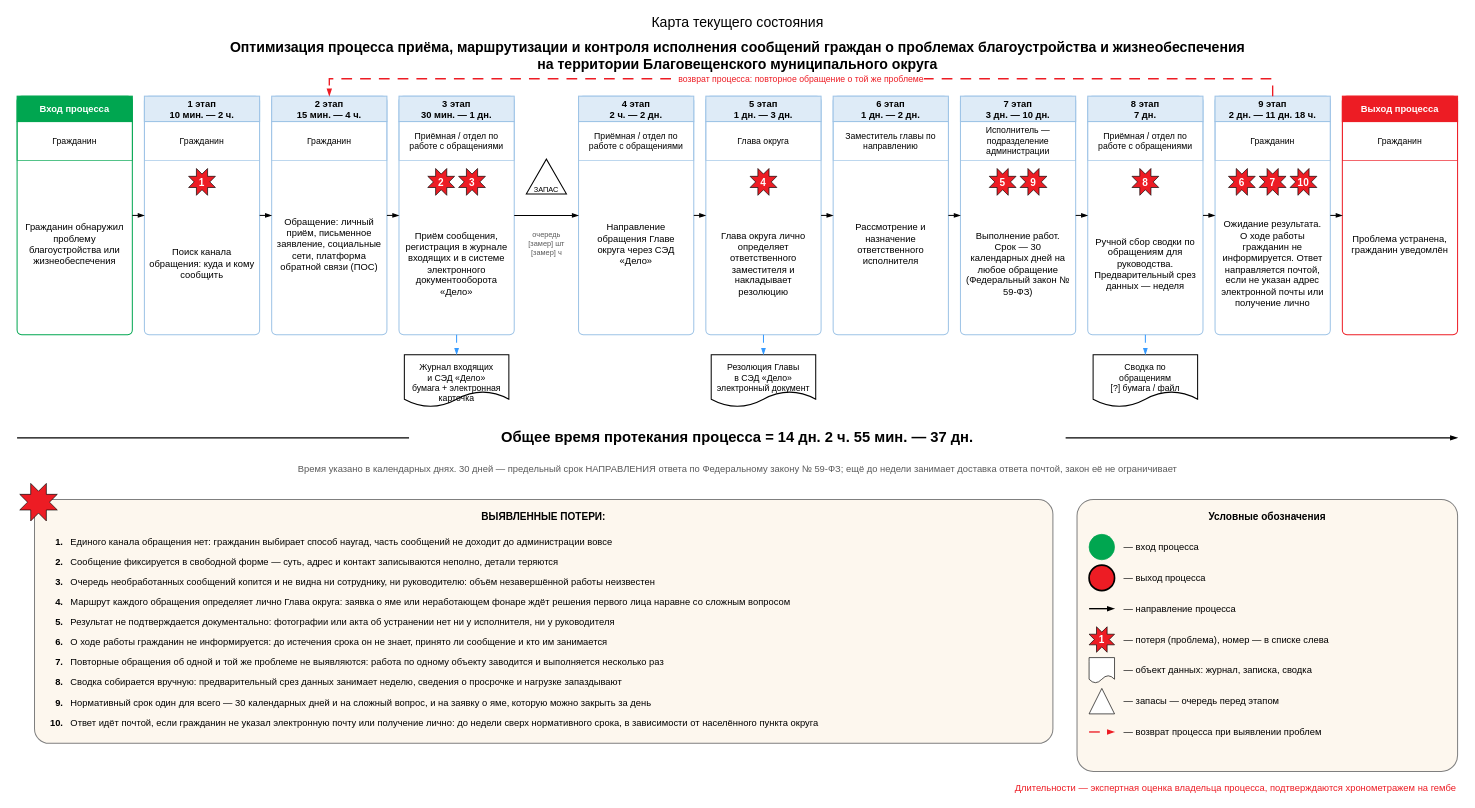
This is page "Текущее состояние" (1 of 2) of файлы/karta-tekushchego.drawio from NiceGenn/Team-28-progress, a draw.io file, before an edit. Source tidied: cells renumbered, new cells numbered last; positions are measured from the earlier drawing's top-left corner, leaving out a move shared by most shapes. Both pictures are drawn from the tidied source at 67%, with x=0, y=0 at pixel (17, 11).
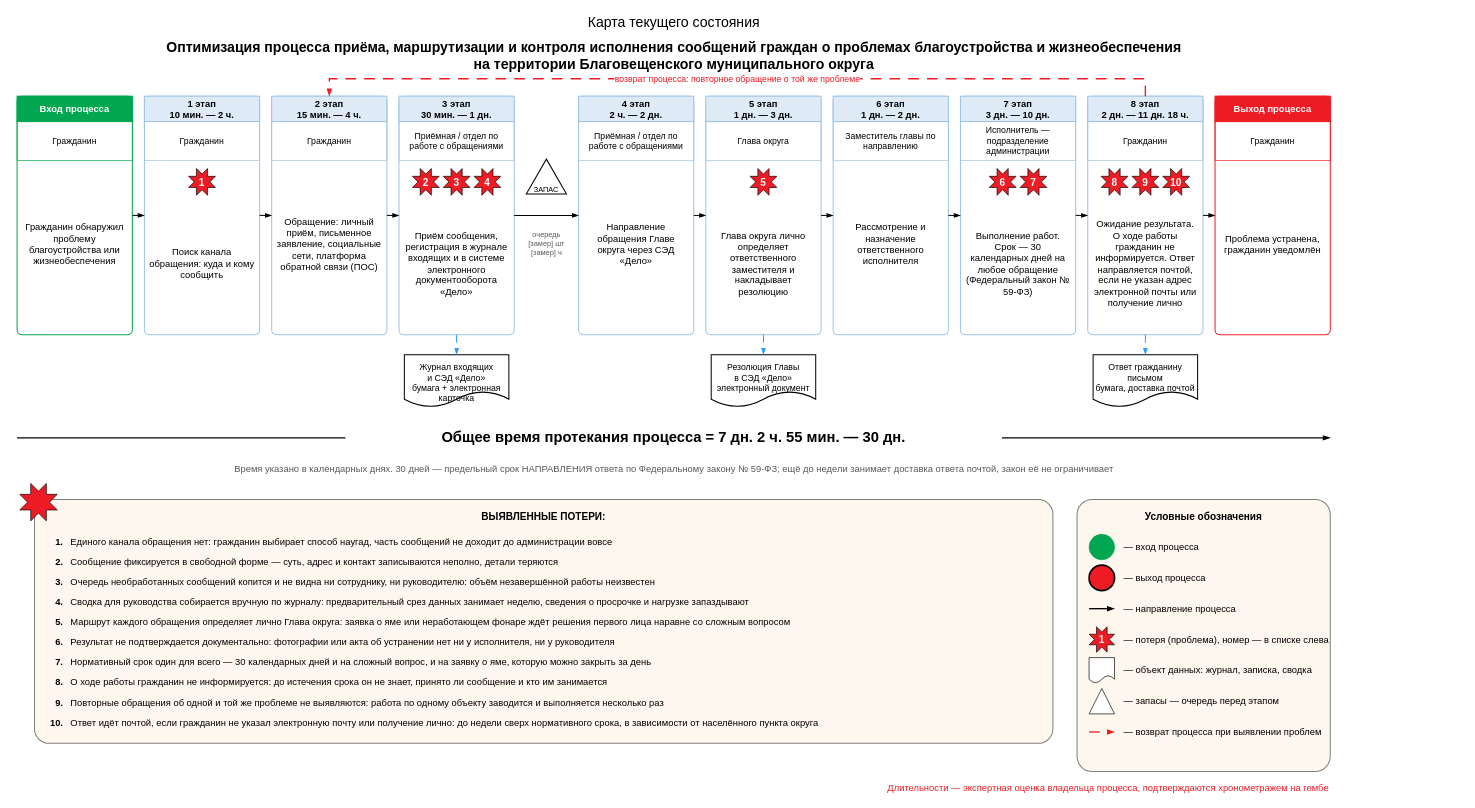
After the change.

Commit message (it also covers changes not shown here):
Штаб 1.14: карта без сбора сводки, ВПП 7-30 дней

The change refers to these unchanged cells:
```xml
<mxCell id="12" value="2 этап&lt;br&gt;15 мин. — 4 ч." style="rounded=0;whiteSpace=wrap;html=1;fillColor=#DEEBF7;strokeColor=#9DC3E6;strokeWidth=1.5;fontSize=14;fontStyle=1;fontColor=#000000;verticalAlign=middle;spacing=2;" parent="1" vertex="1">
  <mxGeometry x="380" y="126" width="172" height="38" as="geometry" />
</mxCell>
<mxCell id="80" value="ВЫЯВЛЕННЫЕ ПОТЕРИ:" style="rounded=1;arcSize=6;whiteSpace=wrap;html=1;fillColor=#FDF7EE;strokeColor=#7F7F7F;strokeWidth=1.5;verticalAlign=top;align=center;fontSize=15;fontStyle=1;spacing=12;" parent="1" vertex="1">
  <mxGeometry x="26" y="728" width="1520" height="364" as="geometry" />
</mxCell>
```

Diff of the diagram source:
```diff
@@
     <mxCell id="18" value="2" style="shape=mxgraph.basic.8_point_star;whiteSpace=wrap;html=1;fillColor=#ED1C24;strokeColor=#000000;fontColor=#FFFFFF;fontStyle=1;fontSize=15;" parent="1" vertex="1">
-      <mxGeometry x="613" y="234" width="40" height="40" as="geometry" />
+      <mxGeometry x="590" y="234" width="40" height="40" as="geometry" />
     </mxCell>
     <mxCell id="19" value="3" style="shape=mxgraph.basic.8_point_star;whiteSpace=wrap;html=1;fillColor=#ED1C24;strokeColor=#000000;fontColor=#FFFFFF;fontStyle=1;fontSize=15;" parent="1" vertex="1">
-      <mxGeometry x="659" y="234" width="40" height="40" as="geometry" />
+      <mxGeometry x="636" y="234" width="40" height="40" as="geometry" />
     </mxCell>
+    <mxCell id="118" value="4" style="shape=mxgraph.basic.8_point_star;whiteSpace=wrap;html=1;fillColor=#ED1C24;strokeColor=#000000;fontColor=#FFFFFF;fontStyle=1;fontSize=15;" parent="1" vertex="1">
+      <mxGeometry x="682" y="234" width="40" height="40" as="geometry" />
+    </mxCell>
@@
-    <mxCell id="28" value="4" style="shape=mxgraph.basic.8_point_star;whiteSpace=wrap;html=1;fillColor=#ED1C24;strokeColor=#000000;fontColor=#FFFFFF;fontStyle=1;fontSize=15;" parent="1" vertex="1">
+    <mxCell id="28" value="5" style="shape=mxgraph.basic.8_point_star;whiteSpace=wrap;html=1;fillColor=#ED1C24;strokeColor=#000000;fontColor=#FFFFFF;fontStyle=1;fontSize=15;" parent="1" vertex="1">
       <mxGeometry x="1094" y="234" width="40" height="40" as="geometry" />
     </mxCell>
@@
-    <mxCell id="37" value="5" style="shape=mxgraph.basic.8_point_star;whiteSpace=wrap;html=1;fillColor=#ED1C24;strokeColor=#000000;fontColor=#FFFFFF;fontStyle=1;fontSize=15;" parent="1" vertex="1">
+    <mxCell id="37" value="6" style="shape=mxgraph.basic.8_point_star;whiteSpace=wrap;html=1;fillColor=#ED1C24;strokeColor=#000000;fontColor=#FFFFFF;fontStyle=1;fontSize=15;" parent="1" vertex="1">
       <mxGeometry x="1451" y="234" width="40" height="40" as="geometry" />
     </mxCell>
-    <mxCell id="38" value="9" style="shape=mxgraph.basic.8_point_star;whiteSpace=wrap;html=1;fillColor=#ED1C24;strokeColor=#000000;fontColor=#FFFFFF;fontStyle=1;fontSize=15;" parent="1" vertex="1">
+    <mxCell id="38" value="7" style="shape=mxgraph.basic.8_point_star;whiteSpace=wrap;html=1;fillColor=#ED1C24;strokeColor=#000000;fontColor=#FFFFFF;fontStyle=1;fontSize=15;" parent="1" vertex="1">
       <mxGeometry x="1497" y="234" width="40" height="40" as="geometry" />
     </mxCell>
@@
-    <mxCell id="41" value="8 этап&lt;br&gt;7 дн." style="rounded=0;whiteSpace=wrap;html=1;fillColor=#DEEBF7;strokeColor=#9DC3E6;strokeWidth=1.5;fontSize=14;fontStyle=1;fontColor=#000000;verticalAlign=middle;spacing=2;" parent="1" vertex="1">
+    <mxCell id="41" value="8 этап&lt;br&gt;2 дн. — 11 дн. 18 ч." style="rounded=0;whiteSpace=wrap;html=1;fillColor=#DEEBF7;strokeColor=#9DC3E6;strokeWidth=1.5;fontSize=14;fontStyle=1;fontColor=#000000;verticalAlign=middle;spacing=2;" parent="1" vertex="1">
       <mxGeometry x="1598" y="126" width="172" height="38" as="geometry" />
     </mxCell>
-    <mxCell id="42" value="Приёмная / отдел по работе с обращениями" style="rounded=0;whiteSpace=wrap;html=1;fillColor=none;strokeColor=#9DC3E6;strokeWidth=1;fontSize=13;verticalAlign=middle;spacing=3;" parent="1" vertex="1">
+    <mxCell id="42" value="Гражданин" style="rounded=0;whiteSpace=wrap;html=1;fillColor=none;strokeColor=#9DC3E6;strokeWidth=1;fontSize=13;verticalAlign=middle;spacing=3;" parent="1" vertex="1">
       <mxGeometry x="1598" y="164" width="172" height="58" as="geometry" />
     </mxCell>
     <mxCell id="43" value="8" style="shape=mxgraph.basic.8_point_star;whiteSpace=wrap;html=1;fillColor=#ED1C24;strokeColor=#000000;fontColor=#FFFFFF;fontStyle=1;fontSize=15;" parent="1" vertex="1">
-      <mxGeometry x="1664" y="234" width="40" height="40" as="geometry" />
+      <mxGeometry x="1618" y="234" width="40" height="40" as="geometry" />
     </mxCell>
+    <mxCell id="119" value="9" style="shape=mxgraph.basic.8_point_star;whiteSpace=wrap;html=1;fillColor=#ED1C24;strokeColor=#000000;fontColor=#FFFFFF;fontStyle=1;fontSize=15;" parent="1" vertex="1">
+      <mxGeometry x="1664" y="234" width="40" height="40" as="geometry" />
+    </mxCell>
+    <mxCell id="50" value="10" style="shape=mxgraph.basic.8_point_star;whiteSpace=wrap;html=1;fillColor=#ED1C24;strokeColor=#000000;fontColor=#FFFFFF;fontStyle=1;fontSize=15;" parent="1" vertex="1">
+      <mxGeometry x="1710" y="234" width="40" height="40" as="geometry" />
+    </mxCell>
-    <mxCell id="44" value="Ручной сбор сводки по обращениям для руководства. Предварительный срез данных — неделя" style="text;html=1;whiteSpace=wrap;align=center;verticalAlign=middle;fontSize=14;" parent="1" vertex="1">
+    <mxCell id="44" value="Ожидание результата. О ходе работы гражданин не информируется. Ответ направляется почтой, если не указан адрес электронной почты или получение лично" style="text;html=1;whiteSpace=wrap;align=center;verticalAlign=middle;fontSize=14;" parent="1" vertex="1">
       <mxGeometry x="1604" y="280" width="160" height="192" as="geometry" />
     </mxCell>
-    <mxCell id="45" style="rounded=1;arcSize=4;whiteSpace=wrap;html=1;fillColor=#FFFFFF;strokeColor=#9DC3E6;strokeWidth=1.5;" parent="1" vertex="1">
+    <mxCell id="45" style="rounded=1;arcSize=4;whiteSpace=wrap;html=1;fillColor=#FFFFFF;strokeColor=#ED1C24;strokeWidth=1.5;" parent="1" vertex="1">
       <mxGeometry x="1788" y="126" width="172" height="356" as="geometry" />
     </mxCell>
-    <mxCell id="46" value="9 этап&lt;br&gt;2 дн. — 11 дн. 18 ч." style="rounded=0;whiteSpace=wrap;html=1;fillColor=#DEEBF7;strokeColor=#9DC3E6;strokeWidth=1.5;fontSize=14;fontStyle=1;fontColor=#000000;verticalAlign=middle;spacing=2;" parent="1" vertex="1">
+    <mxCell id="46" value="Выход процесса" style="rounded=0;whiteSpace=wrap;html=1;fillColor=#ED1C24;strokeColor=#ED1C24;strokeWidth=1.5;fontSize=14;fontStyle=1;fontColor=#FFFFFF;verticalAlign=middle;spacing=2;" parent="1" vertex="1">
       <mxGeometry x="1788" y="126" width="172" height="38" as="geometry" />
     </mxCell>
-    <mxCell id="47" value="Гражданин" style="rounded=0;whiteSpace=wrap;html=1;fillColor=none;strokeColor=#9DC3E6;strokeWidth=1;fontSize=13;verticalAlign=middle;spacing=3;" parent="1" vertex="1">
+    <mxCell id="47" value="Гражданин" style="rounded=0;whiteSpace=wrap;html=1;fillColor=none;strokeColor=#ED1C24;strokeWidth=1;fontSize=13;verticalAlign=middle;spacing=3;" parent="1" vertex="1">
       <mxGeometry x="1788" y="164" width="172" height="58" as="geometry" />
     </mxCell>
-    <mxCell id="48" value="6" style="shape=mxgraph.basic.8_point_star;whiteSpace=wrap;html=1;fillColor=#ED1C24;strokeColor=#000000;fontColor=#FFFFFF;fontStyle=1;fontSize=15;" parent="1" vertex="1">
-      <mxGeometry x="1808" y="234" width="40" height="40" as="geometry" />
-    </mxCell>
-    <mxCell id="49" value="7" style="shape=mxgraph.basic.8_point_star;whiteSpace=wrap;html=1;fillColor=#ED1C24;strokeColor=#000000;fontColor=#FFFFFF;fontStyle=1;fontSize=15;" parent="1" vertex="1">
-      <mxGeometry x="1854" y="234" width="40" height="40" as="geometry" />
-    </mxCell>
-    <mxCell id="50" value="10" style="shape=mxgraph.basic.8_point_star;whiteSpace=wrap;html=1;fillColor=#ED1C24;strokeColor=#000000;fontColor=#FFFFFF;fontStyle=1;fontSize=15;" parent="1" vertex="1">
-      <mxGeometry x="1900" y="234" width="40" height="40" as="geometry" />
-    </mxCell>
-    <mxCell id="51" value="Ожидание результата. О ходе работы гражданин не информируется. Ответ направляется почтой, если не указан адрес электронной почты или получение лично" style="text;html=1;whiteSpace=wrap;align=center;verticalAlign=middle;fontSize=14;" parent="1" vertex="1">
-      <mxGeometry x="1794" y="280" width="160" height="192" as="geometry" />
+    <mxCell id="51" value="Проблема устранена, гражданин уведомлён" style="text;html=1;whiteSpace=wrap;align=center;verticalAlign=middle;fontSize=14;" parent="1" vertex="1">
+      <mxGeometry x="1794" y="222" width="160" height="250" as="geometry" />
     </mxCell>
-    <mxCell id="52" style="rounded=1;arcSize=4;whiteSpace=wrap;html=1;fillColor=#FFFFFF;strokeColor=#ED1C24;strokeWidth=1.5;" parent="1" vertex="1">
-      <mxGeometry x="1978" y="126" width="172" height="356" as="geometry" />
-    </mxCell>
-    <mxCell id="53" value="Выход процесса" style="rounded=0;whiteSpace=wrap;html=1;fillColor=#ED1C24;strokeColor=#ED1C24;strokeWidth=1.5;fontSize=14;fontStyle=1;fontColor=#FFFFFF;verticalAlign=middle;spacing=2;" parent="1" vertex="1">
-      <mxGeometry x="1978" y="126" width="172" height="38" as="geometry" />
-    </mxCell>
-    <mxCell id="54" value="Гражданин" style="rounded=0;whiteSpace=wrap;html=1;fillColor=none;strokeColor=#ED1C24;strokeWidth=1;fontSize=13;verticalAlign=middle;spacing=3;" parent="1" vertex="1">
-      <mxGeometry x="1978" y="164" width="172" height="58" as="geometry" />
-    </mxCell>
-    <mxCell id="55" value="Проблема устранена, гражданин уведомлён" style="text;html=1;whiteSpace=wrap;align=center;verticalAlign=middle;fontSize=14;" parent="1" vertex="1">
-      <mxGeometry x="1984" y="222" width="160" height="250" as="geometry" />
-    </mxCell>
@@
-    <mxCell id="65" style="html=1;endArrow=blockThin;endFill=1;strokeWidth=1.5;strokeColor=#000000;rounded=0;" parent="1" edge="1">
-      <mxGeometry relative="1" as="geometry">
-        <mxPoint x="1960" y="304" as="sourcePoint" />
-        <mxPoint x="1978" y="304" as="targetPoint" />
-      </mxGeometry>
-    </mxCell>
-    <mxCell id="66" value="возврат процесса: повторное обращение о той же проблеме" style="edgeStyle=orthogonalEdgeStyle;html=1;endArrow=blockThin;endFill=1;strokeWidth=2;strokeColor=#ED1C24;dashed=1;dashPattern=8 6;rounded=0;fontSize=13;fontColor=#ED1C24;exitX=0.5;exitY=0;exitDx=0;exitDy=0;entryX=0.5;entryY=0;entryDx=0;entryDy=0;" parent="1" edge="1" source="46" target="12">
+    <mxCell id="66" value="возврат процесса: повторное обращение о той же проблеме" style="edgeStyle=orthogonalEdgeStyle;html=1;endArrow=blockThin;endFill=1;strokeWidth=2;strokeColor=#ED1C24;dashed=1;dashPattern=8 6;rounded=0;fontSize=13;fontColor=#ED1C24;exitX=0.5;exitY=0;exitDx=0;exitDy=0;entryX=0.5;entryY=0;entryDx=0;entryDy=0;" parent="1" edge="1" source="41" target="12">
       <mxGeometry relative="1" as="geometry">
         <Array as="points">
-          <mxPoint x="1874" y="100" />
+          <mxPoint x="1684" y="100" />
           <mxPoint x="466" y="100" />
         </Array>
       </mxGeometry>
     </mxCell>
@@
-    <mxCell id="73" value="Сводка по&lt;br&gt;обращениям&lt;br&gt;[?] бумага / файл" style="shape=document;whiteSpace=wrap;html=1;boundedLbl=1;fillColor=#FFFFFF;strokeColor=#000000;strokeWidth=1.5;fontSize=13;verticalAlign=top;spacingTop=4;" parent="1" vertex="1">
+    <mxCell id="73" value="Ответ гражданину&lt;br&gt;письмом&lt;br&gt;бумага, доставка почтой" style="shape=document;whiteSpace=wrap;html=1;boundedLbl=1;fillColor=#FFFFFF;strokeColor=#000000;strokeWidth=1.5;fontSize=13;verticalAlign=top;spacingTop=4;" parent="1" vertex="1">
       <mxGeometry x="1606" y="512" width="156" height="78" as="geometry" />
     </mxCell>
@@
     <mxCell id="75" value="Карта текущего состояния" style="text;html=1;align=center;verticalAlign=middle;fontSize=21;" parent="1" vertex="1">
-      <mxGeometry width="2150" height="30" as="geometry" />
+      <mxGeometry width="1960" height="30" as="geometry" />
     </mxCell>
     <mxCell id="76" value="Оптимизация процесса приёма, маршрутизации и контроля исполнения сообщений граждан о проблемах благоустройства и жизнеобеспечения&lt;br&gt;на территории Благовещенского муниципального округа" style="text;html=1;align=center;verticalAlign=middle;fontSize=21;fontStyle=1;" parent="1" vertex="1">
-      <mxGeometry y="34" width="2150" height="62" as="geometry" />
+      <mxGeometry y="34" width="1960" height="62" as="geometry" />
     </mxCell>
     <mxCell id="77" style="html=1;endArrow=blockThin;endFill=1;strokeWidth=2;strokeColor=#000000;rounded=0;" parent="1" edge="1">
       <mxGeometry relative="1" as="geometry">
         <mxPoint y="636" as="sourcePoint" />
-        <mxPoint x="2150" y="636" as="targetPoint" />
+        <mxPoint x="1960" y="636" as="targetPoint" />
       </mxGeometry>
     </mxCell>
-    <mxCell id="78" value="Общее время протекания процесса = 14 дн. 2 ч. 55 мин. — 37 дн." style="rounded=0;whiteSpace=wrap;html=1;fillColor=#FFFFFF;strokeColor=none;align=center;verticalAlign=middle;fontSize=22;fontStyle=1;" parent="1" vertex="1">
-      <mxGeometry x="585" y="615" width="980" height="42" as="geometry" />
+    <mxCell id="78" value="Общее время протекания процесса = 7 дн. 2 ч. 55 мин. — 30 дн." style="rounded=0;whiteSpace=wrap;html=1;fillColor=#FFFFFF;strokeColor=none;align=center;verticalAlign=middle;fontSize=22;fontStyle=1;" parent="1" vertex="1">
+      <mxGeometry x="490" y="615" width="980" height="42" as="geometry" />
     </mxCell>
     <mxCell id="79" value="Время указано в календарных днях. 30 дней — предельный срок НАПРАВЛЕНИЯ ответа по Федеральному закону № 59-ФЗ; ещё до недели занимает доставка ответа почтой, закон её не ограничивает" style="text;html=1;align=center;verticalAlign=middle;fontSize=14;fontColor=#595959;" parent="1" vertex="1">
-      <mxGeometry x="515" y="660" width="1120" height="44" as="geometry" />
+      <mxGeometry x="420" y="660" width="1120" height="44" as="geometry" />
     </mxCell>
@@
-    <mxCell id="88" value="Маршрут каждого обращения определяет лично Глава округа: заявка о яме или неработающем фонаре ждёт решения первого лица наравне со сложным вопросом" style="text;html=1;align=left;verticalAlign=middle;fontSize=14;" parent="80" vertex="1">
+    <mxCell id="88" value="Сводка для руководства собирается вручную по журналу: предварительный срез данных занимает неделю, сведения о просрочке и нагрузке запаздывают" style="text;html=1;align=left;verticalAlign=middle;fontSize=14;" parent="80" vertex="1">
       <mxGeometry x="52" y="138" width="1450" height="30" as="geometry" />
     </mxCell>
@@
-    <mxCell id="90" value="Результат не подтверждается документально: фотографии или акта об устранении нет ни у исполнителя, ни у руководителя" style="text;html=1;align=left;verticalAlign=middle;fontSize=14;" parent="80" vertex="1">
+    <mxCell id="90" value="Маршрут каждого обращения определяет лично Глава округа: заявка о яме или неработающем фонаре ждёт решения первого лица наравне со сложным вопросом" style="text;html=1;align=left;verticalAlign=middle;fontSize=14;" parent="80" vertex="1">
       <mxGeometry x="52" y="168" width="1450" height="30" as="geometry" />
     </mxCell>
@@
-    <mxCell id="92" value="О ходе работы гражданин не информируется: до истечения срока он не знает, принято ли сообщение и кто им занимается" style="text;html=1;align=left;verticalAlign=middle;fontSize=14;" parent="80" vertex="1">
+    <mxCell id="92" value="Результат не подтверждается документально: фотографии или акта об устранении нет ни у исполнителя, ни у руководителя" style="text;html=1;align=left;verticalAlign=middle;fontSize=14;" parent="80" vertex="1">
       <mxGeometry x="52" y="198" width="1450" height="30" as="geometry" />
     </mxCell>
@@
-    <mxCell id="94" value="Повторные обращения об одной и той же проблеме не выявляются: работа по одному объекту заводится и выполняется несколько раз" style="text;html=1;align=left;verticalAlign=middle;fontSize=14;" parent="80" vertex="1">
+    <mxCell id="94" value="Нормативный срок один для всего — 30 календарных дней и на сложный вопрос, и на заявку о яме, которую можно закрыть за день" style="text;html=1;align=left;verticalAlign=middle;fontSize=14;" parent="80" vertex="1">
       <mxGeometry x="52" y="228" width="1450" height="30" as="geometry" />
     </mxCell>
@@
-    <mxCell id="96" value="Сводка собирается вручную: предварительный срез данных занимает неделю, сведения о просрочке и нагрузке запаздывают" style="text;html=1;align=left;verticalAlign=middle;fontSize=14;" parent="80" vertex="1">
+    <mxCell id="96" value="О ходе работы гражданин не информируется: до истечения срока он не знает, принято ли сообщение и кто им занимается" style="text;html=1;align=left;verticalAlign=middle;fontSize=14;" parent="80" vertex="1">
       <mxGeometry x="52" y="258" width="1450" height="30" as="geometry" />
     </mxCell>
@@
-    <mxCell id="98" value="Нормативный срок один для всего — 30 календарных дней и на сложный вопрос, и на заявку о яме, которую можно закрыть за день" style="text;html=1;align=left;verticalAlign=middle;fontSize=14;" parent="80" vertex="1">
+    <mxCell id="98" value="Повторные обращения об одной и той же проблеме не выявляются: работа по одному объекту заводится и выполняется несколько раз" style="text;html=1;align=left;verticalAlign=middle;fontSize=14;" parent="80" vertex="1">
       <mxGeometry x="52" y="288" width="1450" height="30" as="geometry" />
     </mxCell>
@@
     <mxCell id="102" value="Условные обозначения" style="rounded=1;arcSize=6;whiteSpace=wrap;html=1;fillColor=#FDF7EE;strokeColor=#7F7F7F;strokeWidth=1.5;verticalAlign=top;align=center;fontSize=15;fontStyle=1;spacing=12;" parent="1" vertex="1">
-      <mxGeometry x="1582" y="728" width="568" height="406" as="geometry" />
+      <mxGeometry x="1582" y="728" width="378" height="406" as="geometry" />
     </mxCell>
@@
     <mxCell id="104" value="— вход процесса" style="text;html=1;align=left;verticalAlign=middle;fontSize=14;" parent="102" vertex="1">
-      <mxGeometry x="68" y="48" width="482" height="46" as="geometry" />
+      <mxGeometry x="68" y="48" width="292" height="46" as="geometry" />
     </mxCell>
@@
     <mxCell id="106" value="— выход процесса" style="text;html=1;align=left;verticalAlign=middle;fontSize=14;" parent="102" vertex="1">
-      <mxGeometry x="68" y="94" width="482" height="46" as="geometry" />
+      <mxGeometry x="68" y="94" width="292" height="46" as="geometry" />
     </mxCell>
@@
     <mxCell id="108" value="— направление процесса" style="text;html=1;align=left;verticalAlign=middle;fontSize=14;" parent="102" vertex="1">
-      <mxGeometry x="68" y="140" width="482" height="46" as="geometry" />
+      <mxGeometry x="68" y="140" width="292" height="46" as="geometry" />
     </mxCell>
@@
     <mxCell id="110" value="— потеря (проблема), номер — в списке слева" style="text;html=1;align=left;verticalAlign=middle;fontSize=14;" parent="102" vertex="1">
-      <mxGeometry x="68" y="186" width="482" height="46" as="geometry" />
+      <mxGeometry x="68" y="186" width="292" height="46" as="geometry" />
     </mxCell>
@@
     <mxCell id="112" value="— объект данных: журнал, записка, сводка" style="text;html=1;align=left;verticalAlign=middle;fontSize=14;" parent="102" vertex="1">
-      <mxGeometry x="68" y="232" width="482" height="46" as="geometry" />
+      <mxGeometry x="68" y="232" width="292" height="46" as="geometry" />
     </mxCell>
@@
     <mxCell id="114" value="— запасы — очередь перед этапом" style="text;html=1;align=left;verticalAlign=middle;fontSize=14;" parent="102" vertex="1">
-      <mxGeometry x="68" y="278" width="482" height="46" as="geometry" />
+      <mxGeometry x="68" y="278" width="292" height="46" as="geometry" />
     </mxCell>
@@
     <mxCell id="116" value="— возврат процесса при выявлении проблем" style="text;html=1;align=left;verticalAlign=middle;fontSize=14;" parent="102" vertex="1">
-      <mxGeometry x="68" y="324" width="482" height="46" as="geometry" />
+      <mxGeometry x="68" y="324" width="292" height="46" as="geometry" />
     </mxCell>
     <mxCell id="117" value="Длительности — экспертная оценка владельца процесса, подтверждаются хронометражем на гембе" style="text;html=1;align=right;verticalAlign=middle;whiteSpace=wrap;fontSize=14;fontColor=#ED1C24;" parent="1" vertex="1">
-      <mxGeometry x="1250" y="1146" width="900" height="26" as="geometry" />
+      <mxGeometry x="1060" y="1146" width="900" height="26" as="geometry" />
     </mxCell>
```
